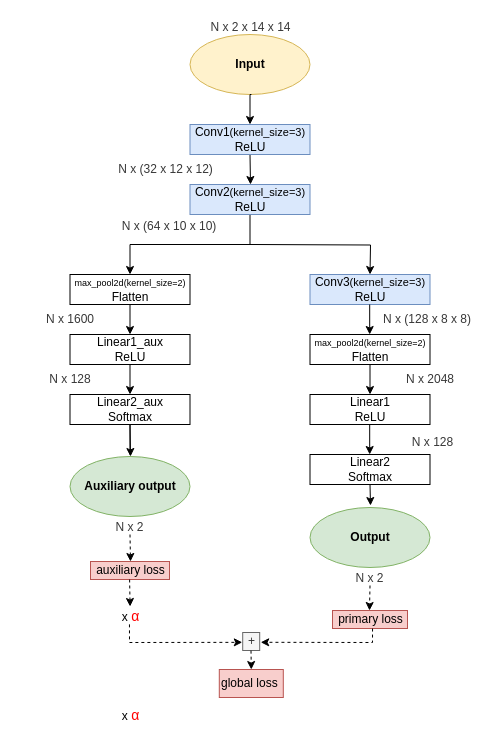
This is Proj1/Maxence_Network.drawio from jouvemax/DeepLearning, a draw.io file, before an edit. Source tidied: cells renumbered, new cells numbered last; positions are measured from the earlier drawing's top-left corner, leaving out a move shared by most shapes. Both pictures are drawn from the tidied source at 100%, with x=0, y=0 at pixel (17, 17).
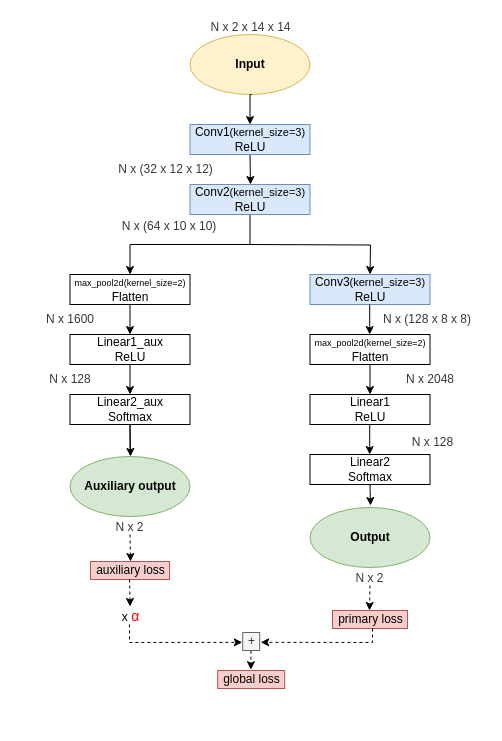
The same diagram, later.

Unchanged cells that the change refers to:
```xml
<mxCell id="48" value="+" style="text;html=1;align=center;verticalAlign=middle;points=[];fillColor=#f5f5f5;strokeColor=#666666;fontColor=#333333;" parent="1" vertex="1">
  <mxGeometry x="225.2" y="615" width="17" height="18" as="geometry" />
</mxCell>
```

Change to the diagram source:
```diff
@@
     <mxCell id="2" style="group;" parent="1" vertex="1">
-      <mxGeometry y="2" width="467.5" height="600" as="geometry" />
+      <mxGeometry y="2" width="467.5" height="609" as="geometry" />
     </mxCell>
@@
-    <mxCell id="43" value="x&amp;nbsp;&lt;span style=&quot;font-family: &amp;#34;arial&amp;#34; , sans-serif ; font-size: 14px ; text-align: left ; background-color: rgb(255 , 255 , 255)&quot;&gt;&lt;font color=&quot;#ff0000&quot;&gt;α&lt;/font&gt;&lt;/span&gt;" style="text;html=1;align=center;verticalAlign=middle;" parent="2" vertex="1">
-      <mxGeometry x="99" y="686" width="27" height="19" as="geometry" />
-    </mxCell>
@@
+    <mxCell id="50" style="endArrow=classic;html=1;fontSize=10;exitX=0.489;exitY=1.009;exitDx=0;exitDy=0;rounded=0;dashed=1;exitPerimeter=0;entryX=0.495;entryY=-0.043;entryDx=0;entryDy=0;entryPerimeter=0;" parent="1" edge="1" source="48" target="49">
+      <mxGeometry relative="1" as="geometry" />
+    </mxCell>
-    <mxCell id="49" value="&lt;div style=&quot;text-align: center&quot;&gt;&lt;font face=&quot;helvetica&quot;&gt;global loss&lt;/font&gt;&lt;/div&gt;" style="text;whiteSpace=wrap;html=1;fillColor=#f8cecc;strokeColor=#b85450;" parent="1" vertex="1">
-      <mxGeometry x="201.8" y="652" width="64" height="28" as="geometry" />
+    <mxCell id="49" value="global loss" style="text;html=1;align=center;verticalAlign=middle;points=[];fillColor=#f8cecc;strokeColor=#b85450;" parent="1" vertex="1">
+      <mxGeometry x="200.2" y="653" width="67" height="18" as="geometry" />
     </mxCell>
-    <mxCell id="50" style="endArrow=classic;html=1;fontSize=10;exitX=0.489;exitY=1.009;exitDx=0;exitDy=0;rounded=0;dashed=1;exitPerimeter=0;entryX=0.5;entryY=0;entryDx=0;entryDy=0;" parent="1" edge="1" source="48" target="49">
-      <mxGeometry relative="1" as="geometry" />
-    </mxCell>
```
